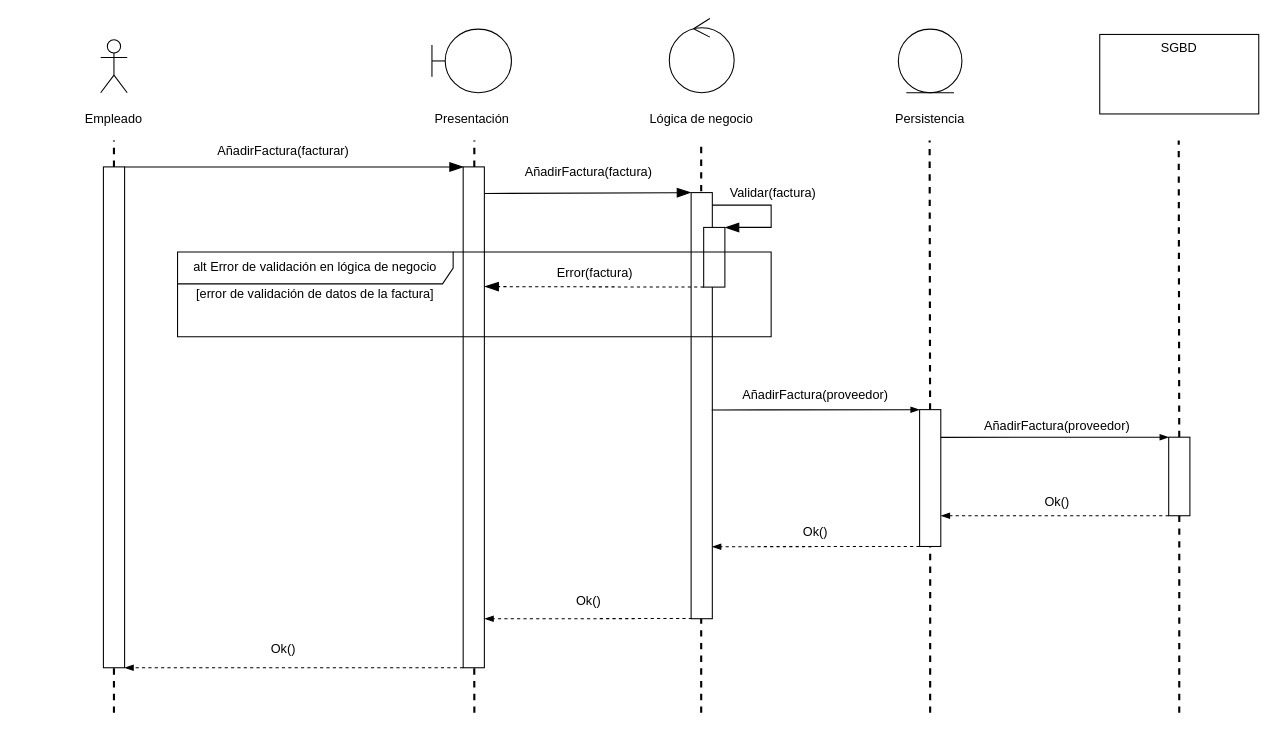
Above: diagramas/diagramas de secuencia/AnadirFactura.drawio in felipescalera/Proyecto-IR (draw.io), before the change. Source tidied: cells renumbered, new cells numbered last; positions are measured from the earlier drawing's top-left corner, leaving out a move shared by most shapes. Both pictures are drawn from the tidied source at 106%, with x=0, y=0 at pixel (-137, 18).
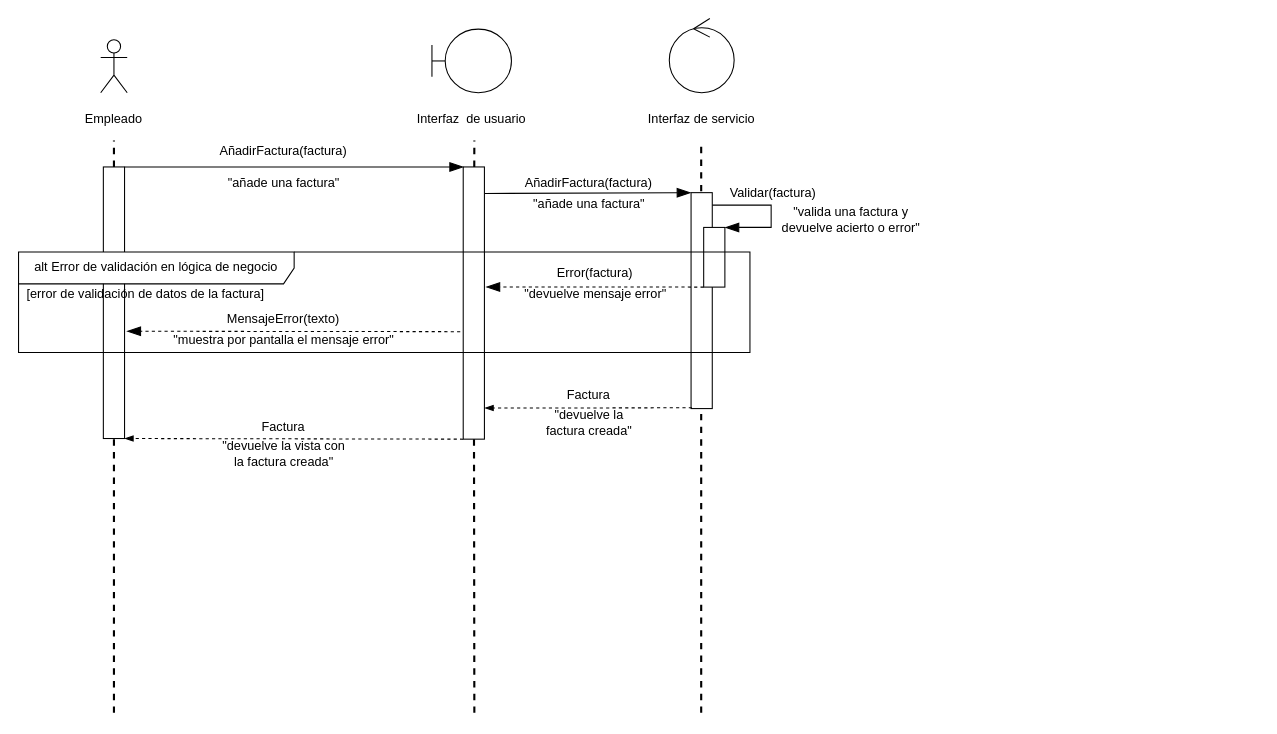
The same page after the edit.

The change refers to these unchanged cells:
```xml
<mxCell id="8" style="group;" parent="1" vertex="1">
  <mxGeometry x="736" width="109" height="105" as="geometry" />
</mxCell>
<mxCell id="31" style="rounded=0;whiteSpace=wrap;html=1;fontColor=none;rotation=90;" parent="1" vertex="1">
  <mxGeometry x="774.2" y="215.2" width="56.3" height="20" as="geometry" />
</mxCell>
```

Diff of the diagram source:
```diff
@@
-    <mxCell id="2" style="group;" parent="1" vertex="1">
-      <mxGeometry x="1166" y="15" width="150" height="75" as="geometry" />
-    </mxCell>
-    <mxCell id="3" style="rounded=0;whiteSpace=wrap;html=1;fontColor=none;" parent="2" vertex="1">
-      <mxGeometry width="150" height="75" as="geometry" />
-    </mxCell>
-    <mxCell id="4" value="SGBD" style="text;html=1;strokeColor=none;fillColor=none;align=center;verticalAlign=middle;whiteSpace=wrap;rounded=0;fontColor=none;" parent="2" vertex="1">
-      <mxGeometry x="50" width="50" height="25" as="geometry" />
-    </mxCell>
-    <mxCell id="5" style="group;" parent="1" vertex="1">
-      <mxGeometry x="976" y="10" width="60" height="95" as="geometry" />
-    </mxCell>
-    <mxCell id="6" style="ellipse;shape=umlEntity;whiteSpace=wrap;html=1;" parent="5" vertex="1">
-      <mxGeometry width="60" height="60" as="geometry" />
-    </mxCell>
-    <mxCell id="7" value="Persistencia" style="text;html=1;strokeColor=none;fillColor=none;align=center;verticalAlign=middle;whiteSpace=wrap;rounded=0;fontColor=none;" parent="5" vertex="1">
-      <mxGeometry x="10" y="75" width="40" height="20" as="geometry" />
-    </mxCell>
@@
-    <mxCell id="10" value="Lógica de negocio" style="text;html=1;strokeColor=none;fillColor=none;align=center;verticalAlign=middle;whiteSpace=wrap;rounded=0;fontColor=none;" parent="8" vertex="1">
+    <mxCell id="10" value="Interfaz de servicio" style="text;html=1;strokeColor=none;fillColor=none;align=center;verticalAlign=middle;whiteSpace=wrap;rounded=0;fontColor=none;" parent="8" vertex="1">
       <mxGeometry y="85" width="109" height="20" as="geometry" />
     </mxCell>
     <mxCell id="11" style="group;" parent="1" vertex="1">
-      <mxGeometry x="536" y="10" width="75" height="95" as="geometry" />
+      <mxGeometry x="536" y="10" width="130" height="95" as="geometry" />
     </mxCell>
@@
-    <mxCell id="13" value="Presentación" style="text;html=1;strokeColor=none;fillColor=none;align=center;verticalAlign=middle;whiteSpace=wrap;rounded=0;fontColor=none;" parent="11" vertex="1">
-      <mxGeometry x="17.5" y="75" width="40" height="20" as="geometry" />
+    <mxCell id="13" value="Interfaz&amp;nbsp; de usuario" style="text;html=1;strokeColor=none;fillColor=none;align=center;verticalAlign=middle;whiteSpace=wrap;rounded=0;fontColor=none;" parent="11" vertex="1">
+      <mxGeometry x="-18.8" y="75" width="112.5" height="20" as="geometry" />
     </mxCell>
@@
-    <mxCell id="16" style="endArrow=none;dashed=1;html=1;fontColor=none;strokeWidth=2;" parent="1" edge="1" source="38">
-      <mxGeometry relative="1" as="geometry">
-        <mxPoint x="1005.5" y="115" as="targetPoint" />
-      </mxGeometry>
-    </mxCell>
-    <mxCell id="17" style="endArrow=none;dashed=1;html=1;fontColor=none;strokeWidth=2;" parent="1" edge="1" source="42">
-      <mxGeometry relative="1" as="geometry">
-        <mxPoint x="1240.5" y="115" as="targetPoint" />
-      </mxGeometry>
-    </mxCell>
@@
     <mxCell id="22" style="rounded=0;whiteSpace=wrap;html=1;fontColor=none;rotation=90;" parent="1" vertex="1">
-      <mxGeometry x="-0.2" y="366.2" width="472.5" height="20" as="geometry" />
+      <mxGeometry x="107.9" y="258.1" width="256.2" height="20" as="geometry" />
     </mxCell>
@@
     <mxCell id="24" style="rounded=0;whiteSpace=wrap;html=1;fontColor=none;rotation=90;" parent="1" vertex="1">
-      <mxGeometry x="339.2" y="366.2" width="472.5" height="20" as="geometry" />
+      <mxGeometry x="447.1" y="258.4" width="256.8" height="20" as="geometry" />
     </mxCell>
@@
-    <mxCell id="27" value="AñadirFactura(facturar)" style="text;html=1;strokeColor=none;fillColor=none;align=center;verticalAlign=middle;whiteSpace=wrap;rounded=0;" parent="1" vertex="1">
+    <mxCell id="27" value="AñadirFactura(factura)" style="text;html=1;strokeColor=none;fillColor=none;align=center;verticalAlign=middle;whiteSpace=wrap;rounded=0;" parent="1" vertex="1">
       <mxGeometry x="376" y="115" width="40" height="20" as="geometry" />
     </mxCell>
     <mxCell id="28" style="rounded=0;whiteSpace=wrap;html=1;fontColor=none;rotation=90;" parent="1" vertex="1">
-      <mxGeometry x="589.5" y="355.2" width="402" height="20" as="geometry" />
+      <mxGeometry x="688.6" y="256.1" width="203.7" height="20" as="geometry" />
     </mxCell>
@@
     <mxCell id="30" value="AñadirFactura(factura)" style="text;html=1;strokeColor=none;fillColor=none;align=center;verticalAlign=middle;whiteSpace=wrap;rounded=0;" parent="1" vertex="1">
-      <mxGeometry x="663.5" y="135" width="40" height="20" as="geometry" />
+      <mxGeometry x="663.5" y="145" width="40" height="20" as="geometry" />
     </mxCell>
@@
     <mxCell id="32" value="[error de validación de datos de la factura]" style="text;html=1;strokeColor=none;fillColor=none;align=center;verticalAlign=middle;whiteSpace=wrap;rounded=0;" parent="1" vertex="1">
-      <mxGeometry x="306" y="250.2" width="240" height="20" as="geometry" />
+      <mxGeometry x="146" y="250.2" width="240" height="20" as="geometry" />
     </mxCell>
@@
-    <mxCell id="35" style="endArrow=blockThin;html=1;strokeWidth=1;fontColor=none;endFill=1;endSize=11;exitX=1;exitY=1;exitDx=0;exitDy=0;entryX=0.239;entryY=-0.006;entryDx=0;entryDy=0;entryPerimeter=0;dashed=1;" parent="1" edge="1" source="31" target="24">
+    <mxCell id="35" style="endArrow=blockThin;html=1;strokeWidth=1;fontColor=none;endFill=1;endSize=11;exitX=1;exitY=1;exitDx=0;exitDy=0;entryX=0.441;entryY=-0.065;entryDx=0;entryDy=0;entryPerimeter=0;dashed=1;" parent="1" edge="1" source="31" target="24">
       <mxGeometry relative="1" as="geometry" />
     </mxCell>
-    <mxCell id="36" value="alt Error de validación en lógica de negocio" style="shape=umlFrame;whiteSpace=wrap;html=1;width=260;height=30;" parent="1" vertex="1">
-      <mxGeometry x="296" y="220.3" width="560" height="79.8" as="geometry" />
-    </mxCell>
@@
-    <mxCell id="38" style="rounded=0;whiteSpace=wrap;html=1;fontColor=none;rotation=90;" parent="1" vertex="1">
-      <mxGeometry x="941.5" y="423.5" width="129.1" height="20" as="geometry" />
-    </mxCell>
-    <mxCell id="39" style="endArrow=none;dashed=1;html=1;fontColor=none;strokeWidth=2;" parent="1" edge="1" target="38">
-      <mxGeometry relative="1" as="geometry">
-        <mxPoint x="1006" y="655" as="sourcePoint" />
-      </mxGeometry>
-    </mxCell>
-    <mxCell id="40" style="endArrow=blockThin;html=1;endFill=1;exitX=0.51;exitY=0.025;exitDx=0;exitDy=0;exitPerimeter=0;" parent="1" edge="1" source="28">
-      <mxGeometry relative="1" as="geometry">
-        <mxPoint x="996" y="369" as="targetPoint" />
-      </mxGeometry>
-    </mxCell>
-    <mxCell id="41" value="AñadirFactura(proveedor)" style="text;html=1;strokeColor=none;fillColor=none;align=center;verticalAlign=middle;whiteSpace=wrap;rounded=0;" parent="1" vertex="1">
-      <mxGeometry x="878" y="345" width="40" height="20" as="geometry" />
-    </mxCell>
-    <mxCell id="42" style="rounded=0;whiteSpace=wrap;html=1;fontColor=none;rotation=90;" parent="1" vertex="1">
-      <mxGeometry x="1204" y="422" width="74.1" height="20" as="geometry" />
-    </mxCell>
-    <mxCell id="43" style="endArrow=none;dashed=1;html=1;fontColor=none;strokeWidth=2;" parent="1" edge="1" target="42">
-      <mxGeometry relative="1" as="geometry">
-        <mxPoint x="1241" y="655" as="sourcePoint" />
-      </mxGeometry>
-    </mxCell>
-    <mxCell id="44" style="endArrow=blockThin;html=1;exitX=1;exitY=0;exitDx=0;exitDy=0;endFill=1;entryX=0;entryY=1;entryDx=0;entryDy=0;" parent="1" edge="1" target="42">
-      <mxGeometry relative="1" as="geometry">
-        <mxPoint x="1016" y="395.1" as="sourcePoint" />
-      </mxGeometry>
-    </mxCell>
-    <mxCell id="45" value="AñadirFactura(proveedor)" style="text;html=1;strokeColor=none;fillColor=none;align=center;verticalAlign=middle;whiteSpace=wrap;rounded=0;" parent="1" vertex="1">
-      <mxGeometry x="1106" y="375" width="40" height="20" as="geometry" />
-    </mxCell>
-    <mxCell id="46" style="endArrow=blockThin;html=1;exitX=1;exitY=1;exitDx=0;exitDy=0;endFill=1;dashed=1;entryX=0.776;entryY=-0.008;entryDx=0;entryDy=0;entryPerimeter=0;" parent="1" edge="1" source="42" target="38">
-      <mxGeometry relative="1" as="geometry" />
-    </mxCell>
-    <mxCell id="47" value="Ok()" style="text;html=1;strokeColor=none;fillColor=none;align=center;verticalAlign=middle;whiteSpace=wrap;rounded=0;" parent="1" vertex="1">
-      <mxGeometry x="1106" y="446" width="40" height="20" as="geometry" />
-    </mxCell>
-    <mxCell id="48" style="endArrow=blockThin;html=1;exitX=1;exitY=1;exitDx=0;exitDy=0;endFill=1;dashed=1;entryX=0.831;entryY=0.006;entryDx=0;entryDy=0;entryPerimeter=0;" parent="1" edge="1" source="38" target="28">
-      <mxGeometry relative="1" as="geometry" />
-    </mxCell>
-    <mxCell id="49" value="Ok()" style="text;html=1;strokeColor=none;fillColor=none;align=center;verticalAlign=middle;whiteSpace=wrap;rounded=0;" parent="1" vertex="1">
-      <mxGeometry x="878" y="475" width="40" height="20" as="geometry" />
-    </mxCell>
     <mxCell id="50" style="endArrow=blockThin;html=1;exitX=1;exitY=1;exitDx=0;exitDy=0;endFill=1;dashed=1;entryX=0.831;entryY=0.006;entryDx=0;entryDy=0;entryPerimeter=0;" parent="1" edge="1">
       <mxGeometry relative="1" as="geometry">
-        <mxPoint x="781.3" y="566" as="sourcePoint" />
-        <mxPoint x="585.7" y="566.3" as="targetPoint" />
+        <mxPoint x="781.3" y="367.2" as="sourcePoint" />
+        <mxPoint x="585.7" y="367.5" as="targetPoint" />
       </mxGeometry>
     </mxCell>
@@
-    <mxCell id="52" value="Ok()" style="text;html=1;strokeColor=none;fillColor=none;align=center;verticalAlign=middle;whiteSpace=wrap;rounded=0;" parent="1" vertex="1">
-      <mxGeometry x="663.5" y="540" width="40" height="20" as="geometry" />
+    <mxCell id="52" value="Factura" style="text;html=1;strokeColor=none;fillColor=none;align=center;verticalAlign=middle;whiteSpace=wrap;rounded=0;" parent="1" vertex="1">
+      <mxGeometry x="663.5" y="345" width="40" height="20" as="geometry" />
     </mxCell>
-    <mxCell id="53" value="Ok()" style="text;html=1;strokeColor=none;fillColor=none;align=center;verticalAlign=middle;whiteSpace=wrap;rounded=0;" parent="1" vertex="1">
-      <mxGeometry x="376" y="585" width="40" height="20" as="geometry" />
+    <mxCell id="53" value="Factura" style="text;html=1;strokeColor=none;fillColor=none;align=center;verticalAlign=middle;whiteSpace=wrap;rounded=0;" parent="1" vertex="1">
+      <mxGeometry x="376" y="376.2" width="40" height="20" as="geometry" />
     </mxCell>
+    <mxCell id="54" value="&quot;añade una factura&quot;" style="text;html=1;align=center;verticalAlign=middle;" parent="1" vertex="1">
+      <mxGeometry x="336" y="145" width="120" height="20" as="geometry" />
+    </mxCell>
+    <mxCell id="55" value="&quot;añade una factura&quot;" style="text;html=1;align=center;verticalAlign=middle;" parent="1" vertex="1">
+      <mxGeometry x="623.5" y="165" width="120" height="20" as="geometry" />
+    </mxCell>
+    <mxCell id="56" value="&quot;valida una factura y &lt;br&gt;devuelve acierto o error&quot;" style="text;html=1;align=center;verticalAlign=middle;" parent="1" vertex="1">
+      <mxGeometry x="856" y="175" width="150" height="30" as="geometry" />
+    </mxCell>
+    <mxCell id="57" value="&quot;devuelve mensaje error&quot;" style="text;html=1;align=center;verticalAlign=middle;" parent="1" vertex="1">
+      <mxGeometry x="615" y="250.2" width="150" height="20" as="geometry" />
+    </mxCell>
+    <mxCell id="58" style="endArrow=blockThin;html=1;strokeWidth=1;fontColor=none;endFill=1;endSize=11;exitX=1;exitY=1;exitDx=0;exitDy=0;dashed=1;" parent="1" edge="1">
+      <mxGeometry relative="1" as="geometry">
+        <mxPoint x="562.7" y="295.4" as="sourcePoint" />
+        <mxPoint x="248" y="295" as="targetPoint" />
+      </mxGeometry>
+    </mxCell>
+    <mxCell id="59" value="MensajeError(texto)" style="text;html=1;strokeColor=none;fillColor=none;align=center;verticalAlign=middle;whiteSpace=wrap;rounded=0;" parent="1" vertex="1">
+      <mxGeometry x="376" y="274.2" width="40" height="20" as="geometry" />
+    </mxCell>
+    <mxCell id="60" value="&quot;muestra por pantalla el mensaje error&quot;" style="text;html=1;align=center;verticalAlign=middle;" parent="1" vertex="1">
+      <mxGeometry x="286" y="294.2" width="220" height="20" as="geometry" />
+    </mxCell>
+    <mxCell id="61" value="&quot;devuelve la &lt;br&gt;factura creada&quot;" style="text;html=1;align=center;verticalAlign=middle;" parent="1" vertex="1">
+      <mxGeometry x="633.5" y="366.2" width="100" height="30" as="geometry" />
+    </mxCell>
+    <mxCell id="36" value="alt Error de validación en lógica de negocio" style="shape=umlFrame;whiteSpace=wrap;html=1;width=260;height=30;" parent="1" vertex="1">
+      <mxGeometry x="146" y="220.3" width="690" height="94.7" as="geometry" />
+    </mxCell>
+    <mxCell id="62" value="&quot;devuelve la vista con &lt;br&gt;la factura creada&quot;" style="text;html=1;align=center;verticalAlign=middle;" parent="1" vertex="1">
+      <mxGeometry x="331" y="396.2" width="130" height="30" as="geometry" />
+    </mxCell>
```
